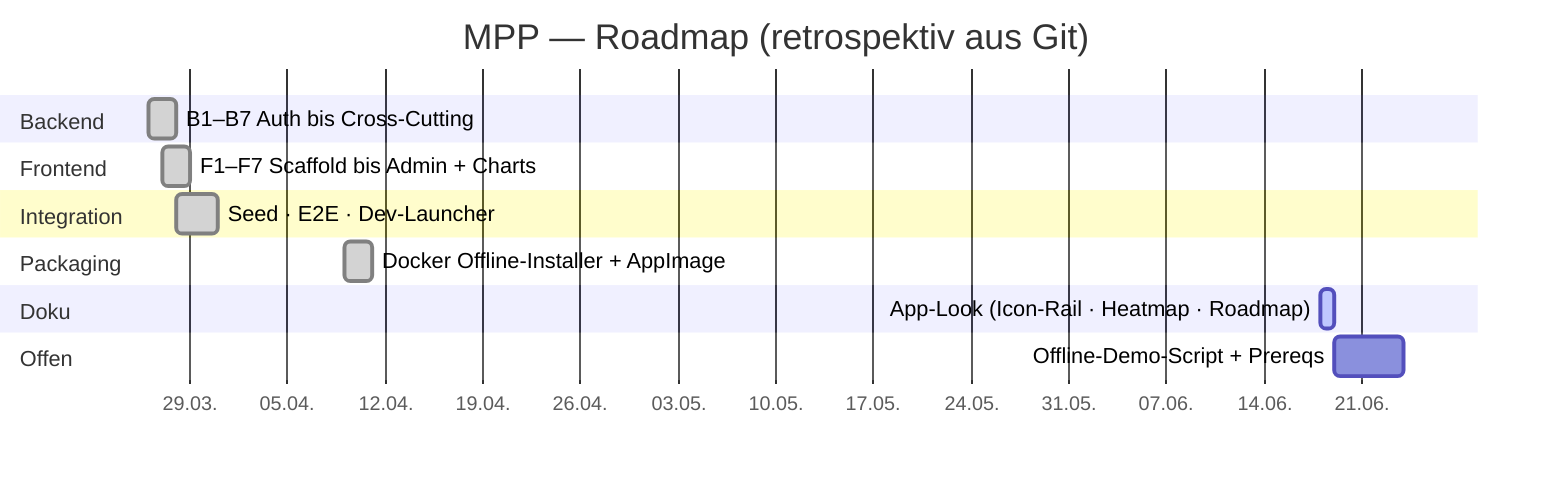
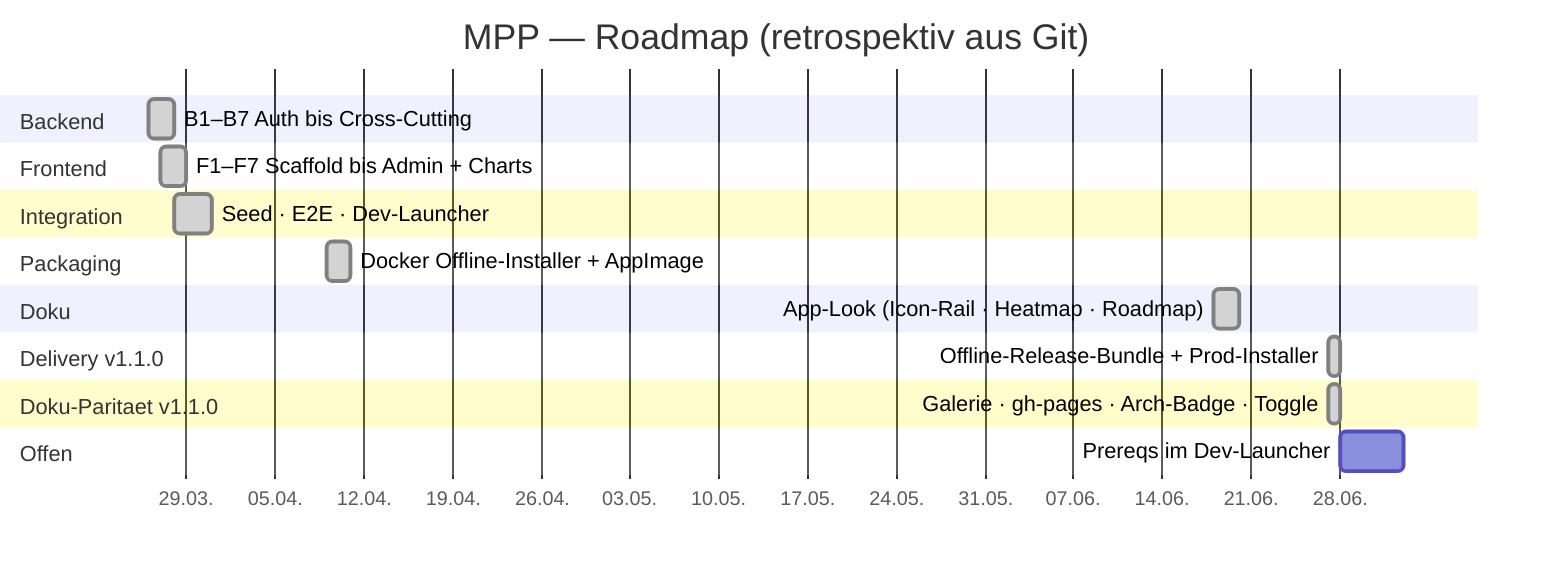
gantt
    title MPP — Roadmap (retrospektiv aus Git)
    dateFormat YYYY-MM-DD
    axisFormat %d.%m.
    section Backend
    B1–B7 Auth bis Cross-Cutting        :done, be, 2026-03-26, 2d
    section Frontend
    F1–F7 Scaffold bis Admin + Charts   :done, fe, 2026-03-27, 2d
    section Integration
    Seed · E2E · Dev-Launcher           :done, ig, 2026-03-28, 3d
    section Packaging
    Docker Offline-Installer + AppImage :done, pk, 2026-04-09, 2d
    section Doku
-     App-Look (Icon-Rail · Heatmap · Roadmap) :active, dk, 2026-06-18, 1d
+     App-Look (Icon-Rail · Heatmap · Roadmap) :done, dk, 2026-06-18, 2d
+     section Delivery v1.1.0
+     Offline-Release-Bundle + Prod-Installer  :done, dl, 2026-06-27, 1d
+     section Doku-Paritaet v1.1.0
+     Galerie · gh-pages · Arch-Badge · Toggle :done, dp, 2026-06-27, 1d
    section Offen
-     Offline-Demo-Script + Prereqs       :pk2, after dk, 5d
+     Prereqs im Dev-Launcher             :pk2, after dp, 5d
